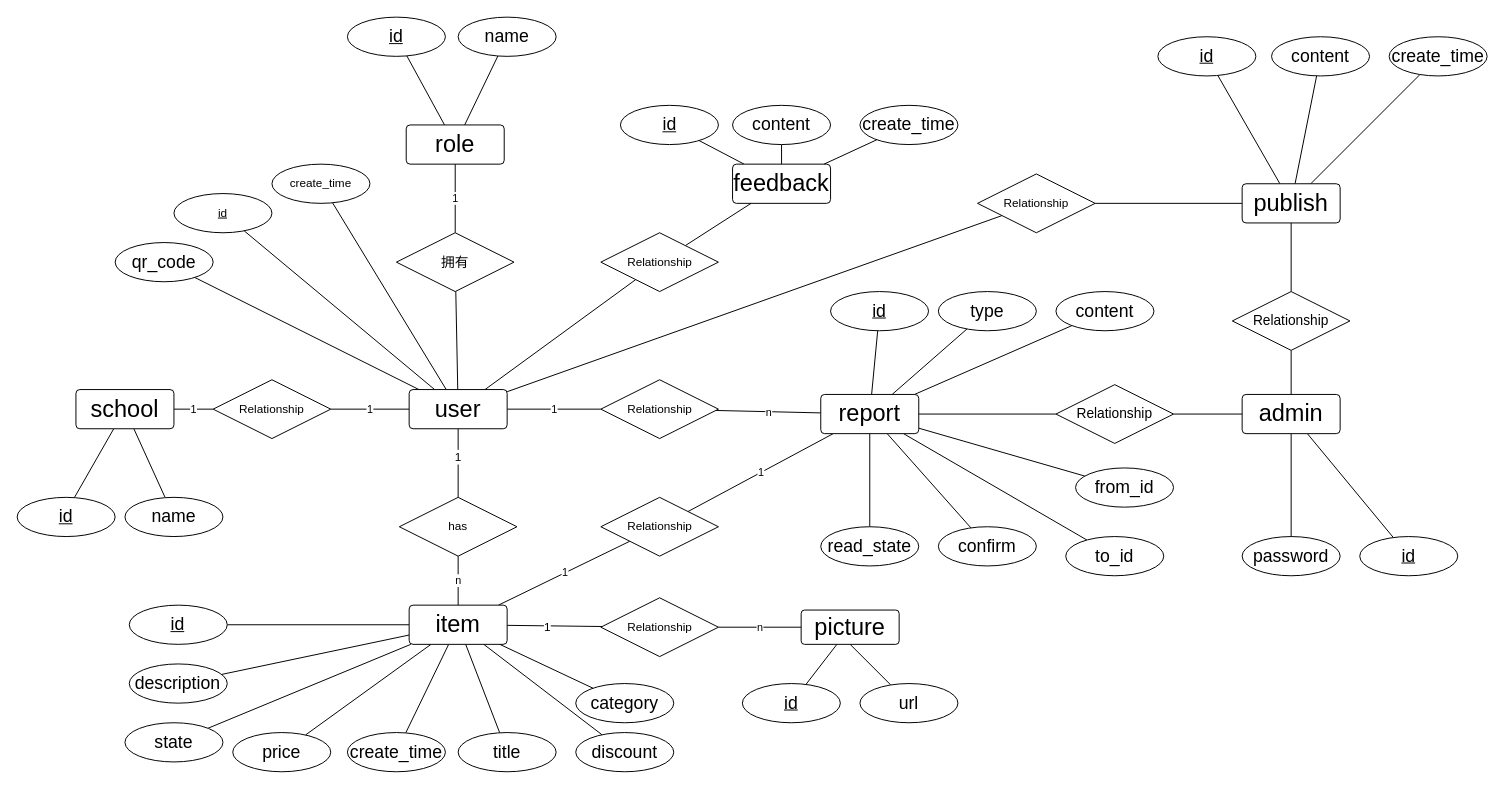
This is secondHand/未命名绘图.drawio from xy-hong/drawDiagram, a draw.io file, before an edit. Source tidied: cells renumbered, new cells numbered last; positions are measured from the earlier drawing's top-left corner, leaving out a move shared by most shapes. Both pictures are drawn from the tidied source at 98%, with x=0, y=0 at pixel (17, 17).
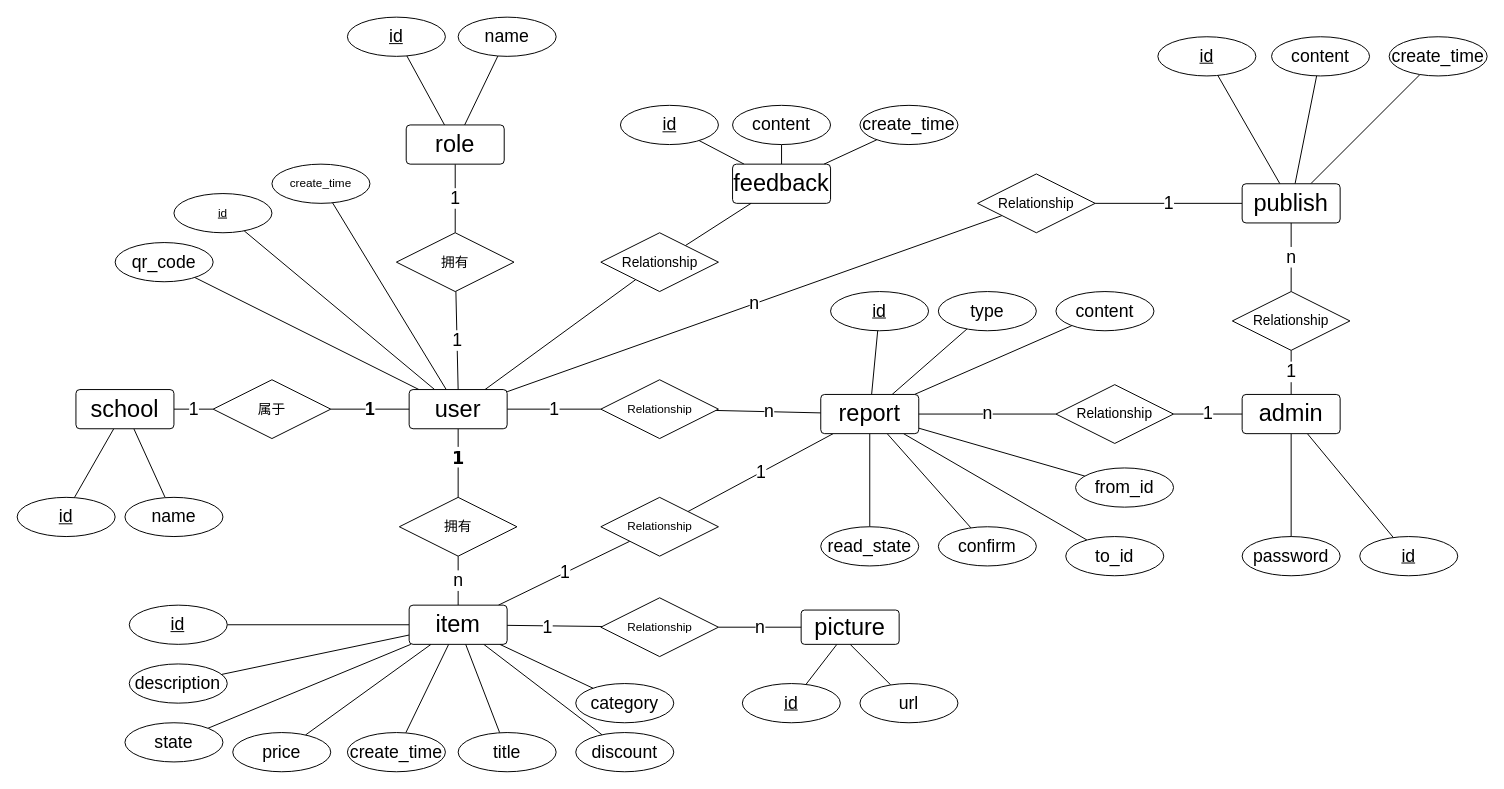
The same page after the edit.

Commit message (it also covers changes not shown here):
Update 未命名绘图.drawio

Unchanged cells that the change refers to:
```xml
<mxCell id="6" style="edgeStyle=none;rounded=0;jettySize=auto;html=1;endArrow=none;endFill=0;" parent="1" edge="1" source="11" target="88">
  <mxGeometry relative="1" as="geometry" />
</mxCell>
<mxCell id="11" value="&lt;font style=&quot;font-size: 24px&quot;&gt;user&lt;/font&gt;" style="rounded=1;arcSize=10;whiteSpace=wrap;html=1;align=center;" parent="1" vertex="1">
  <mxGeometry x="400" y="380" width="100" height="40" as="geometry" />
</mxCell>
<mxCell id="14" value="&lt;font style=&quot;font-size: 24px&quot;&gt;role&lt;/font&gt;" style="rounded=1;arcSize=10;whiteSpace=wrap;html=1;align=center;" parent="1" vertex="1">
  <mxGeometry x="397" y="110" width="100" height="40" as="geometry" />
</mxCell>
<mxCell id="21" value="&lt;font style=&quot;font-size: 24px&quot;&gt;school&lt;/font&gt;" style="rounded=1;arcSize=10;whiteSpace=wrap;html=1;align=center;" parent="1" vertex="1">
  <mxGeometry x="60" y="380" width="100" height="40" as="geometry" />
</mxCell>
<mxCell id="28" value="&lt;font style=&quot;font-size: 14px&quot;&gt;拥有&lt;/font&gt;" style="shape=rhombus;perimeter=rhombusPerimeter;whiteSpace=wrap;html=1;align=center;" parent="1" vertex="1">
  <mxGeometry x="387" y="220" width="120" height="60" as="geometry" />
</mxCell>
<mxCell id="46" value="&lt;font style=&quot;font-size: 24px&quot;&gt;item&lt;/font&gt;" style="rounded=1;arcSize=10;whiteSpace=wrap;html=1;align=center;" parent="1" vertex="1">
  <mxGeometry x="400" y="600" width="100" height="40" as="geometry" />
</mxCell>
<mxCell id="51" value="&lt;font style=&quot;font-size: 24px&quot;&gt;picture&lt;/font&gt;" style="rounded=1;arcSize=10;whiteSpace=wrap;html=1;align=center;" parent="1" vertex="1">
  <mxGeometry x="800" y="605" width="100" height="35" as="geometry" />
</mxCell>
<mxCell id="61" value="&lt;font style=&quot;font-size: 24px&quot;&gt;admin&lt;/font&gt;" style="rounded=1;arcSize=10;whiteSpace=wrap;html=1;align=center;" parent="1" vertex="1">
  <mxGeometry x="1250" y="385" width="100" height="40" as="geometry" />
</mxCell>
<mxCell id="72" value="&lt;font style=&quot;font-size: 24px&quot;&gt;report&lt;/font&gt;" style="rounded=1;arcSize=10;whiteSpace=wrap;html=1;align=center;" parent="1" vertex="1">
  <mxGeometry x="820" y="385" width="100" height="40" as="geometry" />
</mxCell>
<mxCell id="84" value="&lt;font style=&quot;font-size: 24px&quot;&gt;publish&lt;/font&gt;" style="rounded=1;arcSize=10;whiteSpace=wrap;html=1;align=center;" parent="1" vertex="1">
  <mxGeometry x="1250" y="170" width="100" height="40" as="geometry" />
</mxCell>
<mxCell id="90" style="edgeStyle=none;rounded=0;jettySize=auto;html=1;endArrow=none;endFill=0;" parent="1" edge="1" source="92" target="46">
  <mxGeometry relative="1" as="geometry" />
</mxCell>
<mxCell id="92" value="Relationship" style="shape=rhombus;perimeter=rhombusPerimeter;whiteSpace=wrap;html=1;align=center;" parent="1" vertex="1">
  <mxGeometry x="595.6" y="592.5" width="120" height="60" as="geometry" />
</mxCell>
<mxCell id="95" value="Relationship" style="shape=rhombus;perimeter=rhombusPerimeter;whiteSpace=wrap;html=1;align=center;" parent="1" vertex="1">
  <mxGeometry x="595.6" y="490" width="120" height="60" as="geometry" />
</mxCell>
<mxCell id="97" value="Relationship" style="shape=rhombus;perimeter=rhombusPerimeter;whiteSpace=wrap;html=1;align=center;" parent="1" vertex="1">
  <mxGeometry x="595.6" y="370" width="120" height="60" as="geometry" />
</mxCell>
<mxCell id="99" value="&lt;font style=&quot;font-size: 14px&quot;&gt;Relationship&lt;/font&gt;" style="shape=rhombus;perimeter=rhombusPerimeter;whiteSpace=wrap;html=1;align=center;" parent="1" vertex="1">
  <mxGeometry x="1240" y="280" width="120" height="60" as="geometry" />
</mxCell>
<mxCell id="104" value="&lt;font style=&quot;font-size: 14px&quot;&gt;Relationship&lt;/font&gt;" style="shape=rhombus;perimeter=rhombusPerimeter;whiteSpace=wrap;html=1;align=center;" parent="1" vertex="1">
  <mxGeometry x="1060" y="375" width="120" height="60" as="geometry" />
</mxCell>
```

Diff of the diagram source:
```diff
@@
-    <mxCell id="5" value="1" style="edgeStyle=none;rounded=0;jettySize=auto;html=1;endArrow=none;endFill=0;" parent="1" edge="1" source="11" target="26">
-      <mxGeometry relative="1" as="geometry" />
-    </mxCell>
@@
-    <mxCell id="7" value="1" style="text;html=1;align=center;verticalAlign=middle;labelBackgroundColor=#ffffff;" parent="6" vertex="1">
+    <mxCell id="7" value="&lt;b&gt;&lt;font face=&quot;Verdana&quot; style=&quot;font-size: 18px&quot;&gt;1&lt;/font&gt;&lt;/b&gt;" style="text;html=1;align=center;verticalAlign=middle;labelBackgroundColor=#ffffff;" parent="6" vertex="1">
       <mxGeometry x="-0.19" y="-1" relative="1" as="geometry" />
     </mxCell>
-    <mxCell id="8" value="1" style="edgeStyle=none;rounded=0;jettySize=auto;html=1;endArrow=none;endFill=0;" parent="1" edge="1" source="11" target="97">
+    <mxCell id="8" value="&lt;font style=&quot;font-size: 18px&quot;&gt;1&lt;/font&gt;" style="edgeStyle=none;rounded=0;jettySize=auto;html=1;endArrow=none;endFill=0;" parent="1" edge="1" source="11" target="97">
       <mxGeometry relative="1" as="geometry" />
     </mxCell>
-    <mxCell id="9" style="edgeStyle=none;rounded=0;jettySize=auto;html=1;endArrow=none;endFill=0;" parent="1" edge="1" source="11" target="28">
-      <mxGeometry relative="1" as="geometry" />
-    </mxCell>
@@
+    <mxCell id="107" value="&lt;font style=&quot;font-size: 18px&quot;&gt;1&lt;/font&gt;" style="edgeStyle=none;rounded=0;jettySize=auto;html=1;endArrow=none;endFill=0;" parent="1" edge="1" source="14" target="28">
+      <mxGeometry relative="1" as="geometry" />
+    </mxCell>
@@
-    <mxCell id="20" value="1" style="edgeStyle=none;rounded=0;jettySize=auto;html=1;endArrow=none;endFill=0;" parent="1" edge="1" source="21" target="26">
+    <mxCell id="20" value="&lt;font style=&quot;font-size: 18px&quot;&gt;1&lt;/font&gt;" style="edgeStyle=none;rounded=0;jettySize=auto;html=1;endArrow=none;endFill=0;" parent="1" edge="1" source="21" target="26">
       <mxGeometry relative="1" as="geometry" />
     </mxCell>
@@
+    <mxCell id="108" value="&lt;b&gt;&lt;font style=&quot;font-size: 18px&quot;&gt;1&lt;/font&gt;&lt;/b&gt;" style="edgeStyle=none;rounded=0;jettySize=auto;html=1;endArrow=none;endFill=0;" parent="1" edge="1" source="26" target="11">
+      <mxGeometry relative="1" as="geometry">
+        <Array as="points">
+          <mxPoint x="360" y="400" />
+        </Array>
+      </mxGeometry>
+    </mxCell>
-    <mxCell id="26" value="Relationship" style="shape=rhombus;perimeter=rhombusPerimeter;whiteSpace=wrap;html=1;align=center;" parent="1" vertex="1">
+    <mxCell id="26" value="&lt;font style=&quot;font-size: 14px&quot;&gt;属于&lt;/font&gt;" style="shape=rhombus;perimeter=rhombusPerimeter;whiteSpace=wrap;html=1;align=center;" parent="1" vertex="1">
       <mxGeometry x="200" y="370" width="120" height="60" as="geometry" />
     </mxCell>
-    <mxCell id="27" value="1" style="edgeStyle=none;rounded=0;jettySize=auto;html=1;endArrow=none;endFill=0;" parent="1" edge="1" source="28" target="14">
-      <mxGeometry relative="1" as="geometry" />
-    </mxCell>
+    <mxCell id="109" value="&lt;font style=&quot;font-size: 18px&quot;&gt;1&lt;/font&gt;" style="edgeStyle=none;rounded=0;jettySize=auto;html=1;entryX=0.5;entryY=0;entryDx=0;entryDy=0;endArrow=none;endFill=0;" parent="1" edge="1" source="28" target="11">
+      <mxGeometry relative="1" as="geometry" />
+    </mxCell>
@@
-    <mxCell id="43" value="n" style="edgeStyle=none;rounded=0;jettySize=auto;html=1;endArrow=none;endFill=0;" parent="1" edge="1" source="46" target="88">
+    <mxCell id="43" value="&lt;font style=&quot;font-size: 18px&quot;&gt;n&lt;/font&gt;" style="edgeStyle=none;rounded=0;jettySize=auto;html=1;endArrow=none;endFill=0;" parent="1" edge="1" source="46" target="88">
       <mxGeometry relative="1" as="geometry" />
     </mxCell>
@@
-    <mxCell id="45" value="1" style="edgeStyle=none;rounded=0;jettySize=auto;html=1;endArrow=none;endFill=0;" parent="1" edge="1" source="46" target="95">
+    <mxCell id="45" value="&lt;font style=&quot;font-size: 18px&quot;&gt;1&lt;/font&gt;" style="edgeStyle=none;rounded=0;jettySize=auto;html=1;endArrow=none;endFill=0;" parent="1" edge="1" source="46" target="95">
       <mxGeometry relative="1" as="geometry" />
     </mxCell>
@@
-    <mxCell id="60" style="edgeStyle=none;rounded=0;jettySize=auto;html=1;endArrow=none;endFill=0;" parent="1" edge="1" source="61" target="99">
+    <mxCell id="60" value="&lt;font style=&quot;font-size: 18px&quot;&gt;1&lt;/font&gt;" style="edgeStyle=none;rounded=0;jettySize=auto;html=1;endArrow=none;endFill=0;" parent="1" edge="1" source="61" target="99">
       <mxGeometry relative="1" as="geometry" />
     </mxCell>
@@
-    <mxCell id="71" value="1" style="edgeStyle=none;rounded=0;jettySize=auto;html=1;endArrow=none;endFill=0;" parent="1" edge="1" source="72" target="95">
+    <mxCell id="71" value="&lt;font style=&quot;font-size: 18px&quot;&gt;1&lt;/font&gt;" style="edgeStyle=none;rounded=0;jettySize=auto;html=1;endArrow=none;endFill=0;" parent="1" edge="1" source="72" target="95">
       <mxGeometry relative="1" as="geometry" />
     </mxCell>
@@
-    <mxCell id="83" style="edgeStyle=none;rounded=0;jettySize=auto;html=1;endArrow=none;endFill=0;" parent="1" edge="1" source="84" target="106">
+    <mxCell id="83" value="&lt;font style=&quot;font-size: 18px&quot;&gt;1&lt;/font&gt;" style="edgeStyle=none;rounded=0;jettySize=auto;html=1;endArrow=none;endFill=0;" parent="1" edge="1" source="84" target="106">
       <mxGeometry relative="1" as="geometry" />
     </mxCell>
@@
-    <mxCell id="88" value="has" style="shape=rhombus;perimeter=rhombusPerimeter;whiteSpace=wrap;html=1;align=center;" parent="1" vertex="1">
+    <mxCell id="88" value="&lt;font style=&quot;font-size: 14px&quot;&gt;拥有&lt;/font&gt;" style="shape=rhombus;perimeter=rhombusPerimeter;whiteSpace=wrap;html=1;align=center;" parent="1" vertex="1">
       <mxGeometry x="390" y="490" width="120" height="60" as="geometry" />
     </mxCell>
-    <mxCell id="89" value="n" style="edgeStyle=none;rounded=0;jettySize=auto;html=1;endArrow=none;endFill=0;" parent="1" edge="1" source="92" target="51">
+    <mxCell id="89" value="&lt;font style=&quot;font-size: 18px&quot;&gt;n&lt;/font&gt;" style="edgeStyle=none;rounded=0;jettySize=auto;html=1;endArrow=none;endFill=0;" parent="1" edge="1" source="92" target="51">
       <mxGeometry relative="1" as="geometry" />
     </mxCell>
@@
-    <mxCell id="91" value="1" style="text;html=1;align=center;verticalAlign=middle;labelBackgroundColor=#ffffff;" parent="90" vertex="1">
+    <mxCell id="91" value="&lt;font style=&quot;font-size: 18px&quot;&gt;1&lt;/font&gt;" style="text;html=1;align=center;verticalAlign=middle;labelBackgroundColor=#ffffff;" parent="90" vertex="1">
       <mxGeometry x="0.18" y="1" relative="1" as="geometry" />
     </mxCell>
@@
-    <mxCell id="96" value="n" style="edgeStyle=none;rounded=0;jettySize=auto;html=1;endArrow=none;endFill=0;" parent="1" edge="1" source="97" target="72">
+    <mxCell id="96" value="&lt;font style=&quot;font-size: 18px&quot;&gt;n&lt;/font&gt;" style="edgeStyle=none;rounded=0;jettySize=auto;html=1;endArrow=none;endFill=0;" parent="1" edge="1" source="97" target="72">
       <mxGeometry relative="1" as="geometry" />
     </mxCell>
@@
-    <mxCell id="98" style="edgeStyle=none;rounded=0;jettySize=auto;html=1;endArrow=none;endFill=0;" parent="1" edge="1" source="99" target="84">
+    <mxCell id="98" value="&lt;font style=&quot;font-size: 18px&quot;&gt;n&lt;/font&gt;" style="edgeStyle=none;rounded=0;jettySize=auto;html=1;endArrow=none;endFill=0;" parent="1" edge="1" source="99" target="84">
       <mxGeometry relative="1" as="geometry" />
     </mxCell>
@@
-    <mxCell id="101" value="Relationship" style="shape=rhombus;perimeter=rhombusPerimeter;whiteSpace=wrap;html=1;align=center;" parent="1" vertex="1">
+    <mxCell id="101" value="&lt;font style=&quot;font-size: 14px&quot;&gt;Relationship&lt;/font&gt;" style="shape=rhombus;perimeter=rhombusPerimeter;whiteSpace=wrap;html=1;align=center;" parent="1" vertex="1">
       <mxGeometry x="595.6" y="220" width="120" height="60" as="geometry" />
     </mxCell>
-    <mxCell id="102" style="edgeStyle=none;rounded=0;jettySize=auto;html=1;endArrow=none;endFill=0;" parent="1" edge="1" source="104" target="61">
+    <mxCell id="102" value="&lt;font style=&quot;font-size: 18px&quot;&gt;1&lt;/font&gt;" style="edgeStyle=none;rounded=0;jettySize=auto;html=1;endArrow=none;endFill=0;" parent="1" edge="1" source="104" target="61">
       <mxGeometry relative="1" as="geometry" />
     </mxCell>
-    <mxCell id="103" style="edgeStyle=none;rounded=0;jettySize=auto;html=1;endArrow=none;endFill=0;" parent="1" edge="1" source="104" target="72">
+    <mxCell id="103" value="&lt;font style=&quot;font-size: 18px&quot;&gt;n&lt;/font&gt;" style="edgeStyle=none;rounded=0;jettySize=auto;html=1;endArrow=none;endFill=0;" parent="1" edge="1" source="104" target="72">
       <mxGeometry relative="1" as="geometry" />
     </mxCell>
@@
-    <mxCell id="105" style="edgeStyle=none;rounded=0;jettySize=auto;html=1;endArrow=none;endFill=0;" parent="1" edge="1" source="106" target="11">
+    <mxCell id="105" value="&lt;font style=&quot;font-size: 18px&quot;&gt;n&lt;/font&gt;" style="edgeStyle=none;rounded=0;jettySize=auto;html=1;endArrow=none;endFill=0;" parent="1" edge="1" source="106" target="11">
       <mxGeometry relative="1" as="geometry" />
     </mxCell>
-    <mxCell id="106" value="Relationship" style="shape=rhombus;perimeter=rhombusPerimeter;whiteSpace=wrap;html=1;align=center;" parent="1" vertex="1">
+    <mxCell id="106" value="&lt;font style=&quot;font-size: 14px&quot;&gt;Relationship&lt;/font&gt;" style="shape=rhombus;perimeter=rhombusPerimeter;whiteSpace=wrap;html=1;align=center;" parent="1" vertex="1">
       <mxGeometry x="980" y="160" width="120" height="60" as="geometry" />
     </mxCell>
```
